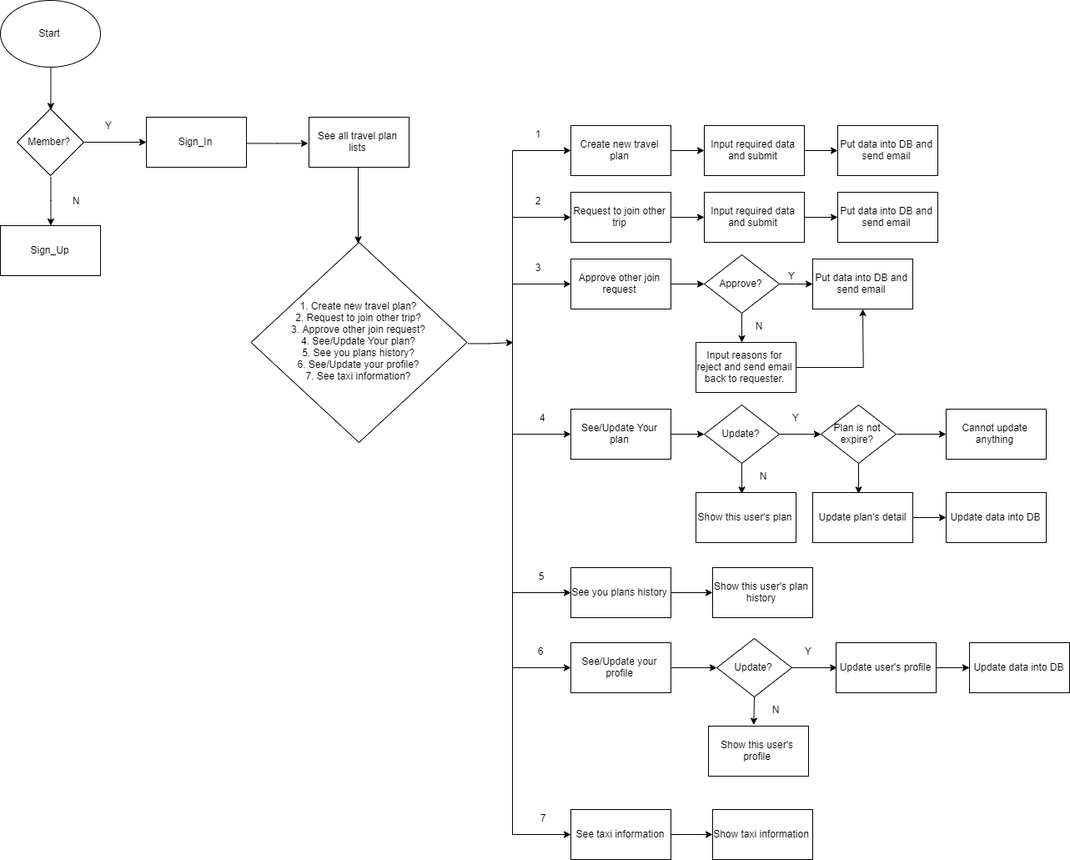
Above: AIT_ride_sharing_workflow.png in poiizpan/wae2019 (draw.io), before the change. Source tidied: cells renumbered, new cells last; positions are measured from the earlier drawing's top-left corner, leaving out a move shared by most shapes.
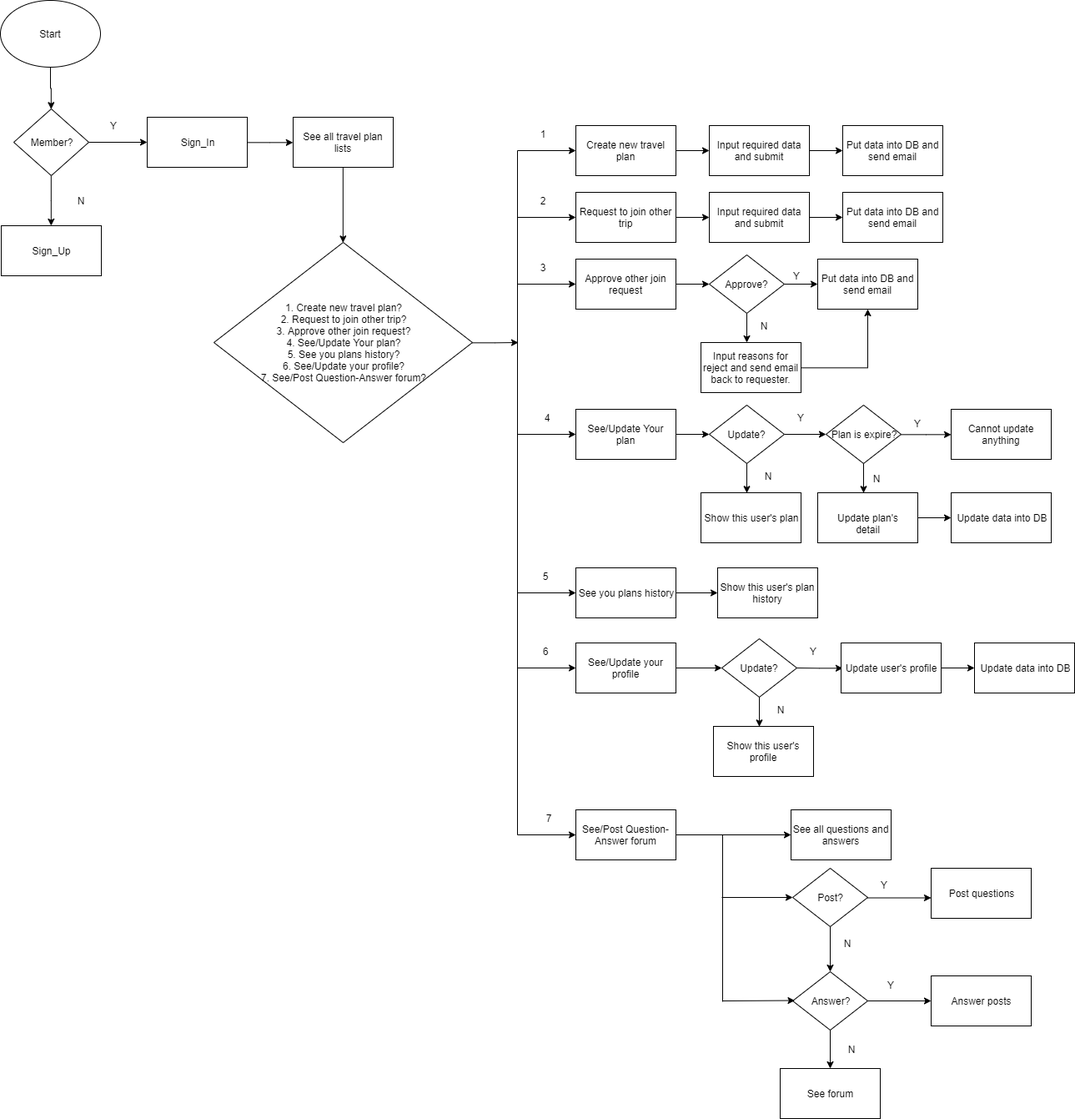
After the change.

Change to the diagram source:
```diff
@@ -6,7 +6,7 @@
       <mxGeometry relative="1" as="geometry" />
     </mxCell>
     <mxCell id="3" value="Start" style="ellipse;whiteSpace=wrap;html=1;" parent="1" vertex="1">
-      <mxGeometry width="120" height="80" as="geometry" />
+      <mxGeometry x="-6" width="120" height="80" as="geometry" />
     </mxCell>
     <mxCell id="4" style="edgeStyle=orthogonalEdgeStyle;rounded=0;jettySize=auto;html=1;exitX=0.5;exitY=1;exitDx=0;exitDy=0;" parent="1" edge="1" source="6" target="7">
       <mxGeometry relative="1" as="geometry" />
@@ -15,30 +15,30 @@
       <mxGeometry relative="1" as="geometry" />
     </mxCell>
     <mxCell id="6" value="Member?" style="rhombus;whiteSpace=wrap;html=1;" parent="1" vertex="1">
-      <mxGeometry x="20" y="130" width="80" height="80" as="geometry" />
+      <mxGeometry x="10" y="130" width="90" height="80" as="geometry" />
     </mxCell>
     <mxCell id="7" value="Sign_Up" style="rounded=0;whiteSpace=wrap;html=1;" parent="1" vertex="1">
-      <mxGeometry y="270" width="120" height="60" as="geometry" />
+      <mxGeometry x="-5" y="270" width="120" height="60" as="geometry" />
     </mxCell>
     <mxCell id="8" style="edgeStyle=orthogonalEdgeStyle;rounded=0;jettySize=auto;html=1;entryX=0;entryY=0.5;entryDx=0;entryDy=0;" parent="1" edge="1" source="9" target="13">
       <mxGeometry relative="1" as="geometry" />
     </mxCell>
     <mxCell id="9" value="Sign_In" style="rounded=0;whiteSpace=wrap;html=1;" parent="1" vertex="1">
-      <mxGeometry x="175" y="140" width="120" height="60" as="geometry" />
+      <mxGeometry x="170" y="140" width="120" height="60" as="geometry" />
     </mxCell>
     <mxCell id="10" style="edgeStyle=orthogonalEdgeStyle;rounded=0;jettySize=auto;html=1;exitX=1;exitY=0.5;exitDx=0;exitDy=0;" parent="1" edge="1" source="11">
       <mxGeometry relative="1" as="geometry">
         <mxPoint x="615" y="410" as="targetPoint" />
       </mxGeometry>
     </mxCell>
-    <mxCell id="11" value="1. Create new travel plan?&lt;br&gt;2. Request to join other trip?&lt;br&gt;3. Approve other join request?&lt;br&gt;4. See/Update Your plan?&lt;br&gt;5. See you plans history?&lt;br&gt;6. See/Update your profile?&lt;br&gt;7. See taxi information?" style="rhombus;whiteSpace=wrap;html=1;" parent="1" vertex="1">
-      <mxGeometry x="300.5" y="290" width="259" height="240" as="geometry" />
+    <mxCell id="11" value="1. Create new travel plan?&lt;br&gt;2. Request to join other trip?&lt;br&gt;3. Approve other join request?&lt;br&gt;4. See/Update Your plan?&lt;br&gt;5. See you plans history?&lt;br&gt;6. See/Update your profile?&lt;br&gt;7. See/Post Question-Answer forum?" style="rhombus;whiteSpace=wrap;html=1;" parent="1" vertex="1">
+      <mxGeometry x="250" y="290" width="310" height="240" as="geometry" />
     </mxCell>
     <mxCell id="12" style="edgeStyle=orthogonalEdgeStyle;rounded=0;jettySize=auto;html=1;exitX=0.5;exitY=1;exitDx=0;exitDy=0;entryX=0.5;entryY=0;entryDx=0;entryDy=0;" parent="1" edge="1" source="13" target="11">
       <mxGeometry relative="1" as="geometry" />
     </mxCell>
     <mxCell id="13" value="See all travel plan lists" style="rounded=0;whiteSpace=wrap;html=1;" parent="1" vertex="1">
-      <mxGeometry x="370" y="140" width="120" height="60" as="geometry" />
+      <mxGeometry x="345" y="140" width="120" height="60" as="geometry" />
     </mxCell>
     <mxCell id="14" style="endArrow=none;html=1;" parent="1" edge="1">
       <mxGeometry relative="1" as="geometry">
@@ -146,7 +146,7 @@
     <mxCell id="40" value="Cannot update anything" style="rounded=0;whiteSpace=wrap;html=1;" parent="1" vertex="1">
       <mxGeometry x="1134" y="490" width="120" height="60" as="geometry" />
     </mxCell>
-    <mxCell id="41" value="Plan is not expire?" style="rhombus;whiteSpace=wrap;html=1;" parent="1" vertex="1">
+    <mxCell id="41" value="Plan is expire?" style="rhombus;whiteSpace=wrap;html=1;" parent="1" vertex="1">
       <mxGeometry x="984" y="485" width="90" height="70" as="geometry" />
     </mxCell>
     <mxCell id="42" style="edgeStyle=orthogonalEdgeStyle;rounded=0;orthogonalLoop=1;jettySize=auto;html=1;" parent="1" edge="1">
@@ -235,7 +235,7 @@
         <mxPoint x="614" y="1000" as="sourcePoint" />
       </mxGeometry>
     </mxCell>
-    <mxCell id="63" value="See taxi information" style="rounded=0;whiteSpace=wrap;html=1;" parent="1" vertex="1">
+    <mxCell id="63" value="See/Post Question-Answer forum" style="rounded=0;whiteSpace=wrap;html=1;" parent="1" vertex="1">
       <mxGeometry x="684" y="970" width="120" height="60" as="geometry" />
     </mxCell>
     <mxCell id="64" style="edgeStyle=orthogonalEdgeStyle;rounded=0;jettySize=auto;html=1;" parent="1" edge="1" target="65">
@@ -243,8 +243,8 @@
         <mxPoint x="804" y="1000" as="sourcePoint" />
       </mxGeometry>
     </mxCell>
-    <mxCell id="65" value="Show taxi information" style="rounded=0;whiteSpace=wrap;html=1;" parent="1" vertex="1">
-      <mxGeometry x="854" y="970" width="120" height="60" as="geometry" />
+    <mxCell id="65" value="See all questions and answers" style="rounded=0;whiteSpace=wrap;html=1;" parent="1" vertex="1">
+      <mxGeometry x="942" y="970" width="120" height="60" as="geometry" />
     </mxCell>
     <mxCell id="66" style="edgeStyle=orthogonalEdgeStyle;rounded=0;orthogonalLoop=1;jettySize=auto;html=1;" parent="1" edge="1">
       <mxGeometry relative="1" as="geometry">
@@ -300,5 +300,72 @@
     <mxCell id="82" value="&lt;span style=&quot;font-weight: normal&quot;&gt;7&lt;/span&gt;" style="text;html=1;strokeColor=none;fillColor=none;align=center;verticalAlign=middle;whiteSpace=wrap;rounded=0;fontStyle=1;" parent="1" vertex="1">
       <mxGeometry x="631" y="970" width="40" height="20" as="geometry" />
     </mxCell>
+    <mxCell id="83" style="endArrow=none;html=1;" parent="1" edge="1">
+      <mxGeometry relative="1" as="geometry">
+        <mxPoint x="860" y="1200" as="sourcePoint" />
+        <mxPoint x="860" y="1000" as="targetPoint" />
+      </mxGeometry>
+    </mxCell>
+    <mxCell id="84" style="endArrow=classic;html=1;entryX=0;entryY=0.5;entryDx=0;entryDy=0;" parent="1" edge="1" target="85">
+      <mxGeometry relative="1" as="geometry">
+        <mxPoint x="859" y="1075" as="sourcePoint" />
+      </mxGeometry>
+    </mxCell>
+    <mxCell id="85" value="Post?" style="rhombus;whiteSpace=wrap;html=1;" parent="1" vertex="1">
+      <mxGeometry x="944" y="1040" width="90" height="70" as="geometry" />
+    </mxCell>
+    <mxCell id="86" style="endArrow=classic;html=1;exitX=0.5;exitY=1;exitDx=0;exitDy=0;entryX=0.5;entryY=0;entryDx=0;entryDy=0;" parent="1" edge="1" source="85" target="87">
+      <mxGeometry relative="1" as="geometry" />
+    </mxCell>
+    <mxCell id="87" value="Answer?" style="rhombus;whiteSpace=wrap;html=1;" parent="1" vertex="1">
+      <mxGeometry x="944" y="1164" width="90" height="70" as="geometry" />
+    </mxCell>
+    <mxCell id="88" style="endArrow=classic;html=1;exitX=0.5;exitY=1;exitDx=0;exitDy=0;" parent="1" edge="1" source="87">
+      <mxGeometry relative="1" as="geometry">
+        <mxPoint x="989" y="1280" as="targetPoint" />
+      </mxGeometry>
+    </mxCell>
+    <mxCell id="89" style="endArrow=classic;html=1;exitX=1;exitY=0.5;exitDx=0;exitDy=0;entryX=0;entryY=0.5;entryDx=0;entryDy=0;" parent="1" edge="1" source="87" target="92">
+      <mxGeometry relative="1" as="geometry" />
+    </mxCell>
+    <mxCell id="90" style="endArrow=classic;html=1;exitX=1;exitY=0.5;exitDx=0;exitDy=0;" parent="1" edge="1">
+      <mxGeometry relative="1" as="geometry">
+        <mxPoint x="1034" y="1075.5" as="sourcePoint" />
+        <mxPoint x="1110" y="1075.5" as="targetPoint" />
+      </mxGeometry>
+    </mxCell>
+    <mxCell id="91" value="Post questions" style="rounded=0;whiteSpace=wrap;html=1;" parent="1" vertex="1">
+      <mxGeometry x="1110" y="1040" width="120" height="60" as="geometry" />
+    </mxCell>
+    <mxCell id="92" value="Answer posts" style="rounded=0;whiteSpace=wrap;html=1;" parent="1" vertex="1">
+      <mxGeometry x="1110" y="1169" width="120" height="60" as="geometry" />
+    </mxCell>
+    <mxCell id="93" value="See forum" style="rounded=0;whiteSpace=wrap;html=1;" parent="1" vertex="1">
+      <mxGeometry x="929" y="1280" width="120" height="60" as="geometry" />
+    </mxCell>
+    <mxCell id="94" style="endArrow=classic;html=1;entryX=0;entryY=0.5;entryDx=0;entryDy=0;" parent="1" edge="1">
+      <mxGeometry relative="1" as="geometry">
+        <mxPoint x="860" y="1199" as="sourcePoint" />
+        <mxPoint x="946.5" y="1198.5" as="targetPoint" />
+      </mxGeometry>
+    </mxCell>
+    <mxCell id="95" value="Y" style="text;html=1;strokeColor=none;fillColor=none;align=center;verticalAlign=middle;whiteSpace=wrap;rounded=0;" parent="1" vertex="1">
+      <mxGeometry x="1034" y="1050" width="40" height="20" as="geometry" />
+    </mxCell>
+    <mxCell id="96" value="Y" style="text;html=1;strokeColor=none;fillColor=none;align=center;verticalAlign=middle;whiteSpace=wrap;rounded=0;" parent="1" vertex="1">
+      <mxGeometry x="1042" y="1170" width="40" height="20" as="geometry" />
+    </mxCell>
+    <mxCell id="97" value="N" style="text;html=1;strokeColor=none;fillColor=none;align=center;verticalAlign=middle;whiteSpace=wrap;rounded=0;" parent="1" vertex="1">
+      <mxGeometry x="989" y="1120" width="40" height="20" as="geometry" />
+    </mxCell>
+    <mxCell id="98" value="N" style="text;html=1;strokeColor=none;fillColor=none;align=center;verticalAlign=middle;whiteSpace=wrap;rounded=0;" parent="1" vertex="1">
+      <mxGeometry x="994" y="1247" width="40" height="20" as="geometry" />
+    </mxCell>
+    <mxCell id="99" value="N" style="text;html=1;strokeColor=none;fillColor=none;align=center;verticalAlign=middle;whiteSpace=wrap;rounded=0;" parent="1" vertex="1">
+      <mxGeometry x="1024" y="562.5" width="40" height="20" as="geometry" />
+    </mxCell>
+    <mxCell id="100" value="Y" style="text;html=1;strokeColor=none;fillColor=none;align=center;verticalAlign=middle;whiteSpace=wrap;rounded=0;" parent="1" vertex="1">
+      <mxGeometry x="1074" y="497" width="40" height="20" as="geometry" />
+    </mxCell>
   </root>
 </mxGraphModel>
```
